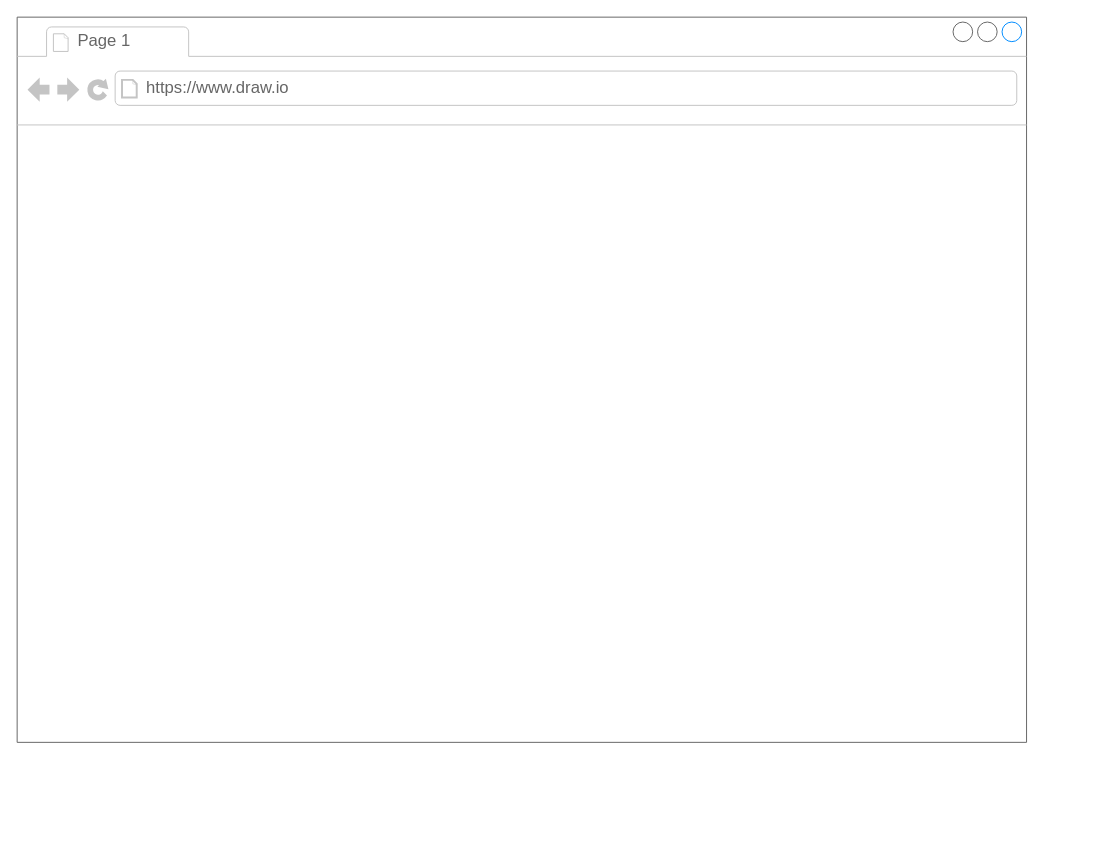
The draw.io diagram 未命名绘图.drawio in YouAnCao/doc, before the edit. Source tidied: cells renumbered, new cells numbered last; positions are measured from the earlier drawing's top-left corner, leaving out a move shared by most shapes. Both pictures are drawn from the tidied source at 98%, with x=0, y=0 at pixel (17, 17).
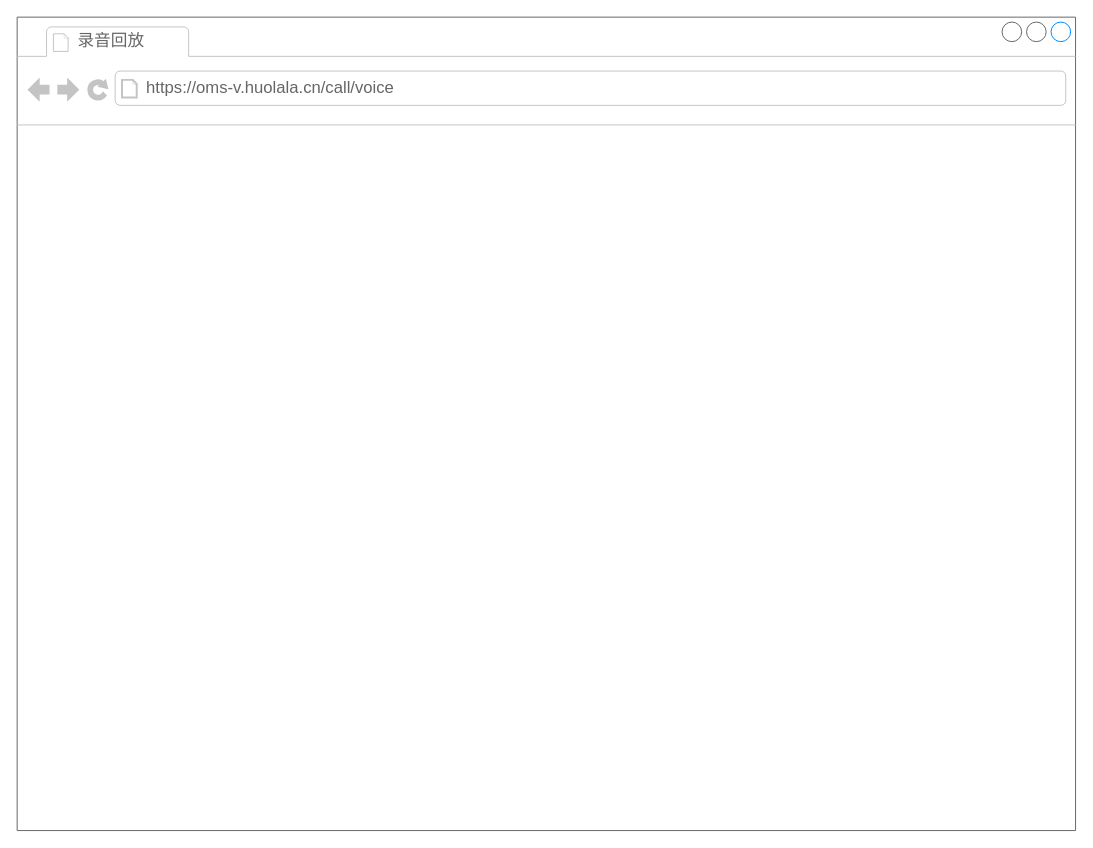
The same diagram, later.

Commit message (it also covers changes not shown here):
更新未命名绘图.drawio

Diff of the diagram source:
```diff
@@
 <mxGraphModel background="#ffffff">
   <root>
     <mxCell id="0" />
     <mxCell id="1" parent="0" />
     <mxCell id="2" style="strokeWidth=1;shadow=0;dashed=0;align=center;html=1;shape=mxgraph.mockup.containers.browserWindow;rSize=0;strokeColor=#666666;strokeColor2=#008cff;strokeColor3=#c4c4c4;mainText=,;" parent="1" vertex="1">
-      <mxGeometry width="1030" height="740" as="geometry" />
+      <mxGeometry width="1080" height="830" as="geometry" />
     </mxCell>
-    <mxCell id="3" value="Page 1" style="strokeWidth=1;shadow=0;dashed=0;align=center;html=1;shape=mxgraph.mockup.containers.anchor;fontSize=17;fontColor=#666666;align=left;" parent="2" vertex="1">
+    <mxCell id="3" value="录音回放" style="strokeWidth=1;shadow=0;dashed=0;align=center;html=1;shape=mxgraph.mockup.containers.anchor;fontSize=17;fontColor=#666666;align=left;" parent="2" vertex="1">
       <mxGeometry x="60" y="12" width="110" height="26" as="geometry" />
     </mxCell>
-    <mxCell id="4" value="https://www.draw.io" style="strokeWidth=1;shadow=0;dashed=0;align=center;html=1;shape=mxgraph.mockup.containers.anchor;rSize=0;fontSize=17;fontColor=#666666;align=left;" parent="2" vertex="1">
+    <mxCell id="4" value="https://oms-v.huolala.cn/call/voice" style="strokeWidth=1;shadow=0;dashed=0;align=center;html=1;shape=mxgraph.mockup.containers.anchor;rSize=0;fontSize=17;fontColor=#666666;align=left;" parent="2" vertex="1">
       <mxGeometry x="130" y="60" width="250" height="26" as="geometry" />
     </mxCell>
   </root>
 </mxGraphModel>
```
